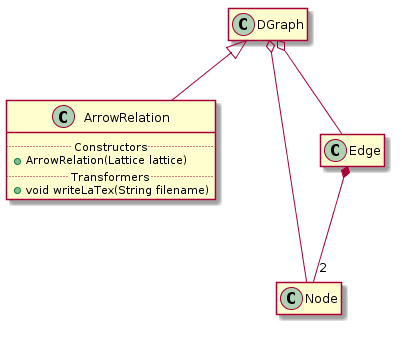
Earlier version of the PlantUML export api/lattice/ArrowRelation.png (EstrellaRL/java-lattices). Source of this version:
```plantuml
@startuml ArrowRelation.png
class ArrowRelation {
    .. Constructors ..
    +ArrowRelation(Lattice lattice)
    .. Transformers ..
    +void writeLaTex(String filename)
}

DGraph <|-- ArrowRelation

class DGraph {
    -TreeSet<Node> nodes
    -TreeMap<Node, TreeSet<Edge>> successors
    -TreeMap<Node, TreeSet<Edge>> predecessors
	.. Constructors ..
    +DGraph()
    +DGraph(final Set<Node> set)
    +DGraph(final DGraph graph)
	.. Generators ..
    +{static}DGraph random(int size, double threshold)
    +{static}DGraph random(int size)
	.. Accessors ..
    +int sizeNodes()
    +int sizeEdges()
    +SortedSet<Node> getNodes()
    +SortedSet<Edge> getEdges()
    +SortedSet<Edge> getSuccessorEdges(final Node node)
    +SortedSet<Edge> getPredecessorEdges(final Node node)
    +TreeSet<Node> getSuccessorNodes(final Node node)
    +TreeSet<Node> getPredecessorNodes(final Node node)
    +Edge getEdge(final Node from, final Node to)
    +Node getNode(final Object search)
    +Node getNodeByContent(final Object content)
    +Node getNodeByIdentifier(int identifier)
    +TreeSet<Node> getSinks()
    +TreeSet<Node> getWells()
    #TreeMap<Node, TreeSet<Edge>> getSuccessors()
    #TreeMap<Node, TreeSet<Edge>> getPredecessors()
	.. Mutators ..
    #DGraph setNodes(final TreeSet<Node> nodes)
    #DGraph setSuccessors(final TreeMap<Node, TreeSet<Edge>> successors)
    #DGraph setPredecessors(final TreeMap<Node, TreeSet<Edge>> predecessors)
    .. Predicates ..
    +boolean containsNode(final Node node)
    +boolean containsEdge(final Node from, final Node to)
    +boolean containsEdge(final Edge edge)
    +boolean isAcyclic()
	.. Transformers ..
    +String toString()
    .. Persistence ..
    +void writeDot(final String filename)
	.. Operations ..
    +boolean addNode(final Node node)
    +boolean addEdge(final Node from, final Node to, final Object content)
    +boolean addEdge(final Node from, final Node to)
    +boolean addEdge(final Edge edge)
    +boolean removeNode(final Node node)
    +boolean removeNodes(final Set<Node> nodes)
    +boolean removeEdge(final Node from, final Node to)
    +boolean removeEdge(final Edge edge)
    +ArrayList<Node> topologicalSort()
    +DGraph getSubgraphByNodes(final Set<Node> nodes)
    +DGraph getSubgraphByEdges(final Set<Edge> edges)
    +void complementary()
    +int reflexiveReduction()
    +int reflexiveClosure()
    +int transitiveClosure()
    +ArrayList<Node>[] depthFirstSearch(Node source, TreeSet<Node> visited, ArrayList<Node> sort)
    +ArrayList<Node>[] depthFirstSearch()
    +void transpose()
    +DAGraph getStronglyConnectedComponent()
}


DGraph o-- Node
DGraph o-- Edge

class Node {
	-int identifier
    -Object content
    -{static} int count = 0
	.. Constructors ..
    +Node(final Object content)
    +Node()
    +Node(final Node node)
	.. Creators ..
    +Node copy()
	.. Accessors ..
    +int getIdentifier()
    +Object getContent()
	.. Transformers ..
    +String toString()
    +String toDot()
	.. Comparators ..
    +boolean equals(final Object object)
    +int hashCode()
    +int compareTo(final Object object)
}

class Edge {
    -Node from
    -Node to
    -Object content
	.. Constructors ..
    +Edge(final Node from, final Node to, final Object content)
    +Edge(final Node from, final Node to)
	.. Accessors ..
    +Node getFrom()
    +Node getTo()
    +Object getContent()
	.. Mutators ..
    +Edge setContent(final Object content)
    .. Predicates ..
    +boolean hasContent()
	.. Transformers ..
    +String toString()
    +String toDot()
	.. Comparators ..
    +int compareTo(final Object object)
}

Edge *-- "2" Node

class Node {
	-int identifier
    -Object content
    -{static} int count = 0
	.. Constructors ..
    +Node(final Object content)
    +Node()
    +Node(final Node node)
	.. Creators ..
    +Node copy()
	.. Accessors ..
    +int getIdentifier()
    +Object getContent()
	.. Transformers ..
    +String toString()
    +String toDot()
	.. Comparators ..
    +boolean equals(final Object object)
    +int hashCode()
    +int compareTo(final Object object)
}





 hide members
 show ArrowRelation members
@enduml
```
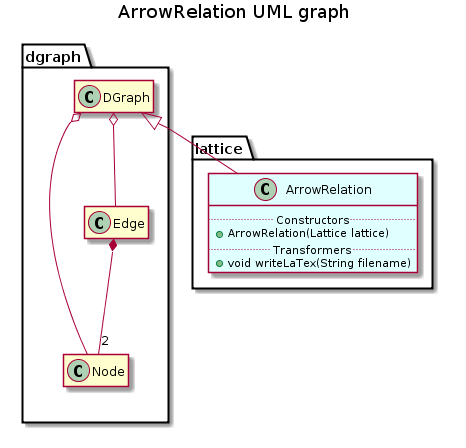
After the change.

What changed in the source:
```diff
@@ -1,152 +1,132 @@
 @startuml ArrowRelation.png
-class ArrowRelation {
-    .. Constructors ..
-    +ArrowRelation(Lattice lattice)
-    .. Transformers ..
-    +void writeLaTex(String filename)
+package dgraph {
+    class DGraph {
+        -TreeSet<Node> nodes
+        -TreeMap<Node, TreeSet<Edge>> successors
+        -TreeMap<Node, TreeSet<Edge>> predecessors
+        .. Constructors ..
+        +DGraph()
+        +DGraph(final Set<Node> set)
+        +DGraph(final DGraph graph)
+        .. Generators ..
+        +{static}DGraph random(int size, double threshold)
+        +{static}DGraph random(int size)
+        .. Accessors ..
+        +int sizeNodes()
+        +int sizeEdges()
+        +SortedSet<Node> getNodes()
+        +SortedSet<Edge> getEdges()
+        +SortedSet<Edge> getSuccessorEdges(final Node node)
+        +SortedSet<Edge> getPredecessorEdges(final Node node)
+        +TreeSet<Node> getSuccessorNodes(final Node node)
+        +TreeSet<Node> getPredecessorNodes(final Node node)
+        +Edge getEdge(final Node from, final Node to)
+        +Node getNode(final Object search)
+        +Node getNodeByContent(final Object content)
+        +Node getNodeByIdentifier(int identifier)
+        +TreeSet<Node> getSinks()
+        +TreeSet<Node> getWells()
+        #TreeMap<Node, TreeSet<Edge>> getSuccessors()
+        #TreeMap<Node, TreeSet<Edge>> getPredecessors()
+        .. Mutators ..
+        #DGraph setNodes(final TreeSet<Node> nodes)
+        #DGraph setSuccessors(final TreeMap<Node, TreeSet<Edge>> successors)
+        #DGraph setPredecessors(final TreeMap<Node, TreeSet<Edge>> predecessors)
+        .. Predicates ..
+        +boolean containsNode(final Node node)
+        +boolean containsEdge(final Node from, final Node to)
+        +boolean containsEdge(final Edge edge)
+        +boolean isAcyclic()
+        .. Transformers ..
+        +String toString()
+        .. Persistence ..
+        +void writeDot(final String filename)
+        .. Operations ..
+        +boolean addNode(final Node node)
+        +boolean addEdge(final Node from, final Node to, final Object content)
+        +boolean addEdge(final Node from, final Node to)
+        +boolean addEdge(final Edge edge)
+        +boolean removeNode(final Node node)
+        +boolean removeNodes(final Set<Node> nodes)
+        +boolean removeEdge(final Node from, final Node to)
+        +boolean removeEdge(final Edge edge)
+        +ArrayList<Node> topologicalSort()
+        +DGraph getSubgraphByNodes(final Set<Node> nodes)
+        +DGraph getSubgraphByEdges(final Set<Edge> edges)
+        +void complementary()
+        +int reflexiveReduction()
+        +int reflexiveClosure()
+        +int transitiveClosure()
+        +ArrayList<Node>[] depthFirstSearch(Node source, TreeSet<Node> visited, ArrayList<Node> sort)
+        +ArrayList<Node>[] depthFirstSearch()
+        +void transpose()
+        +DAGraph getStronglyConnectedComponent()
+    }
+
+    DGraph o-- Node
+    DGraph o-- Edge
 }
+package dgraph {
+    class Edge {
+        -Node from
+        -Node to
+        -Object content
+        .. Constructors ..
+        +Edge(final Node from, final Node to, final Object content)
+        +Edge(final Node from, final Node to)
+        .. Accessors ..
+        +Node getFrom()
+        +Node getTo()
+        +Object getContent()
+        .. Mutators ..
+        +Edge setContent(final Object content)
+        .. Predicates ..
+        +boolean hasContent()
+        .. Transformers ..
+        +String toString()
+        +String toDot()
+        .. Comparators ..
+        +int compareTo(final Object object)
+    }
 
-DGraph <|-- ArrowRelation
+    Edge *-- "2" Node
+}
+package dgraph {
+    class Node {
+        -int identifier
+        -Object content
+        -{static} int count = 0
+        .. Constructors ..
+        +Node(final Object content)
+        +Node()
+        +Node(final Node node)
+        .. Creators ..
+        +Node copy()
+        .. Accessors ..
+        +int getIdentifier()
+        +Object getContent()
+        .. Transformers ..
+        +String toString()
+        +String toDot()
+        .. Comparators ..
+        +boolean equals(final Object object)
+        +int hashCode()
+        +int compareTo(final Object object)
+    }
+}
+package lattice {
+    class ArrowRelation {
+        .. Constructors ..
+        +ArrowRelation(Lattice lattice)
+        .. Transformers ..
+        +void writeLaTex(String filename)
+    }
 
-class DGraph {
-    -TreeSet<Node> nodes
-    -TreeMap<Node, TreeSet<Edge>> successors
-    -TreeMap<Node, TreeSet<Edge>> predecessors
-	.. Constructors ..
-    +DGraph()
-    +DGraph(final Set<Node> set)
-    +DGraph(final DGraph graph)
-	.. Generators ..
-    +{static}DGraph random(int size, double threshold)
-    +{static}DGraph random(int size)
-	.. Accessors ..
-    +int sizeNodes()
-    +int sizeEdges()
-    +SortedSet<Node> getNodes()
-    +SortedSet<Edge> getEdges()
-    +SortedSet<Edge> getSuccessorEdges(final Node node)
-    +SortedSet<Edge> getPredecessorEdges(final Node node)
-    +TreeSet<Node> getSuccessorNodes(final Node node)
-    +TreeSet<Node> getPredecessorNodes(final Node node)
-    +Edge getEdge(final Node from, final Node to)
-    +Node getNode(final Object search)
-    +Node getNodeByContent(final Object content)
-    +Node getNodeByIdentifier(int identifier)
-    +TreeSet<Node> getSinks()
-    +TreeSet<Node> getWells()
-    #TreeMap<Node, TreeSet<Edge>> getSuccessors()
-    #TreeMap<Node, TreeSet<Edge>> getPredecessors()
-	.. Mutators ..
-    #DGraph setNodes(final TreeSet<Node> nodes)
-    #DGraph setSuccessors(final TreeMap<Node, TreeSet<Edge>> successors)
-    #DGraph setPredecessors(final TreeMap<Node, TreeSet<Edge>> predecessors)
-    .. Predicates ..
-    +boolean containsNode(final Node node)
-    +boolean containsEdge(final Node from, final Node to)
-    +boolean containsEdge(final Edge edge)
-    +boolean isAcyclic()
-	.. Transformers ..
-    +String toString()
-    .. Persistence ..
-    +void writeDot(final String filename)
-	.. Operations ..
-    +boolean addNode(final Node node)
-    +boolean addEdge(final Node from, final Node to, final Object content)
-    +boolean addEdge(final Node from, final Node to)
-    +boolean addEdge(final Edge edge)
-    +boolean removeNode(final Node node)
-    +boolean removeNodes(final Set<Node> nodes)
-    +boolean removeEdge(final Node from, final Node to)
-    +boolean removeEdge(final Edge edge)
-    +ArrayList<Node> topologicalSort()
-    +DGraph getSubgraphByNodes(final Set<Node> nodes)
-    +DGraph getSubgraphByEdges(final Set<Edge> edges)
-    +void complementary()
-    +int reflexiveReduction()
-    +int reflexiveClosure()
-    +int transitiveClosure()
-    +ArrayList<Node>[] depthFirstSearch(Node source, TreeSet<Node> visited, ArrayList<Node> sort)
-    +ArrayList<Node>[] depthFirstSearch()
-    +void transpose()
-    +DAGraph getStronglyConnectedComponent()
+    DGraph <|-- ArrowRelation
 }
-
-
-DGraph o-- Node
-DGraph o-- Edge
-
-class Node {
-	-int identifier
-    -Object content
-    -{static} int count = 0
-	.. Constructors ..
-    +Node(final Object content)
-    +Node()
-    +Node(final Node node)
-	.. Creators ..
-    +Node copy()
-	.. Accessors ..
-    +int getIdentifier()
-    +Object getContent()
-	.. Transformers ..
-    +String toString()
-    +String toDot()
-	.. Comparators ..
-    +boolean equals(final Object object)
-    +int hashCode()
-    +int compareTo(final Object object)
-}
-
-class Edge {
-    -Node from
-    -Node to
-    -Object content
-	.. Constructors ..
-    +Edge(final Node from, final Node to, final Object content)
-    +Edge(final Node from, final Node to)
-	.. Accessors ..
-    +Node getFrom()
-    +Node getTo()
-    +Object getContent()
-	.. Mutators ..
-    +Edge setContent(final Object content)
-    .. Predicates ..
-    +boolean hasContent()
-	.. Transformers ..
-    +String toString()
-    +String toDot()
-	.. Comparators ..
-    +int compareTo(final Object object)
-}
-
-Edge *-- "2" Node
-
-class Node {
-	-int identifier
-    -Object content
-    -{static} int count = 0
-	.. Constructors ..
-    +Node(final Object content)
-    +Node()
-    +Node(final Node node)
-	.. Creators ..
-    +Node copy()
-	.. Accessors ..
-    +int getIdentifier()
-    +Object getContent()
-	.. Transformers ..
-    +String toString()
-    +String toDot()
-	.. Comparators ..
-    +boolean equals(final Object object)
-    +int hashCode()
-    +int compareTo(final Object object)
-}
-
-
-
-
 
  hide members
  show ArrowRelation members
+ class ArrowRelation #LightCyan
+ title ArrowRelation UML graph
 @enduml
```
